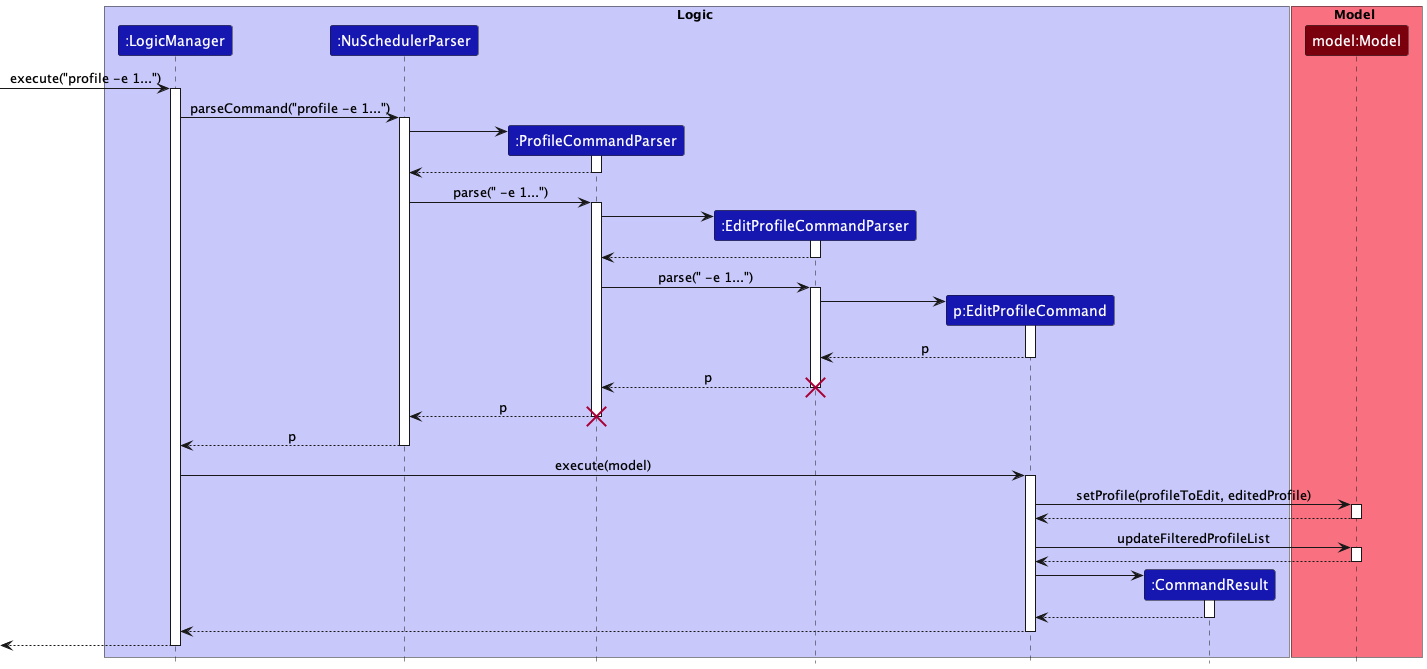
The PlantUML diagram docs/images/commands/EditProfileCommandSequenceDiagram.png in nus-cs2103-AY2223S1/tp, before a commit.
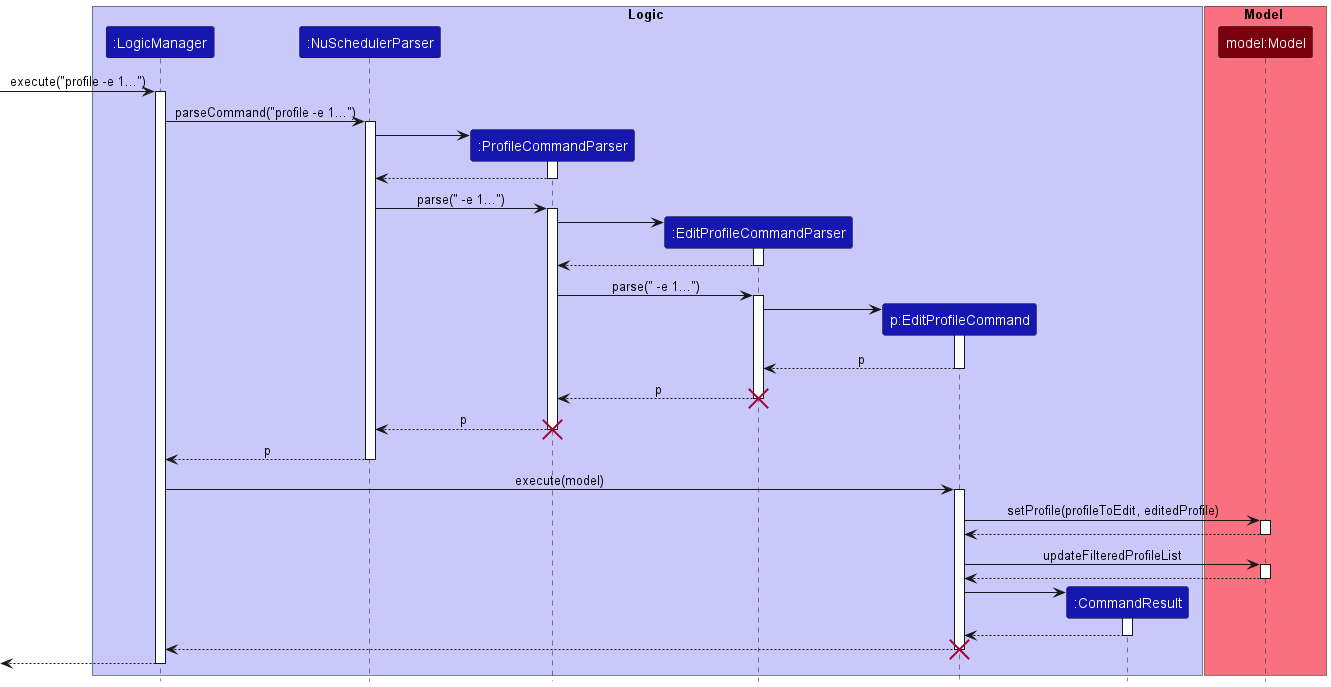
After the commit.

Diff of the diagram source:
```diff
@@ -46,6 +46,7 @@
 editProfileCommand -> commandResult++
 return
 return
+destroy editProfileCommand
 return
 
 @enduml
```
